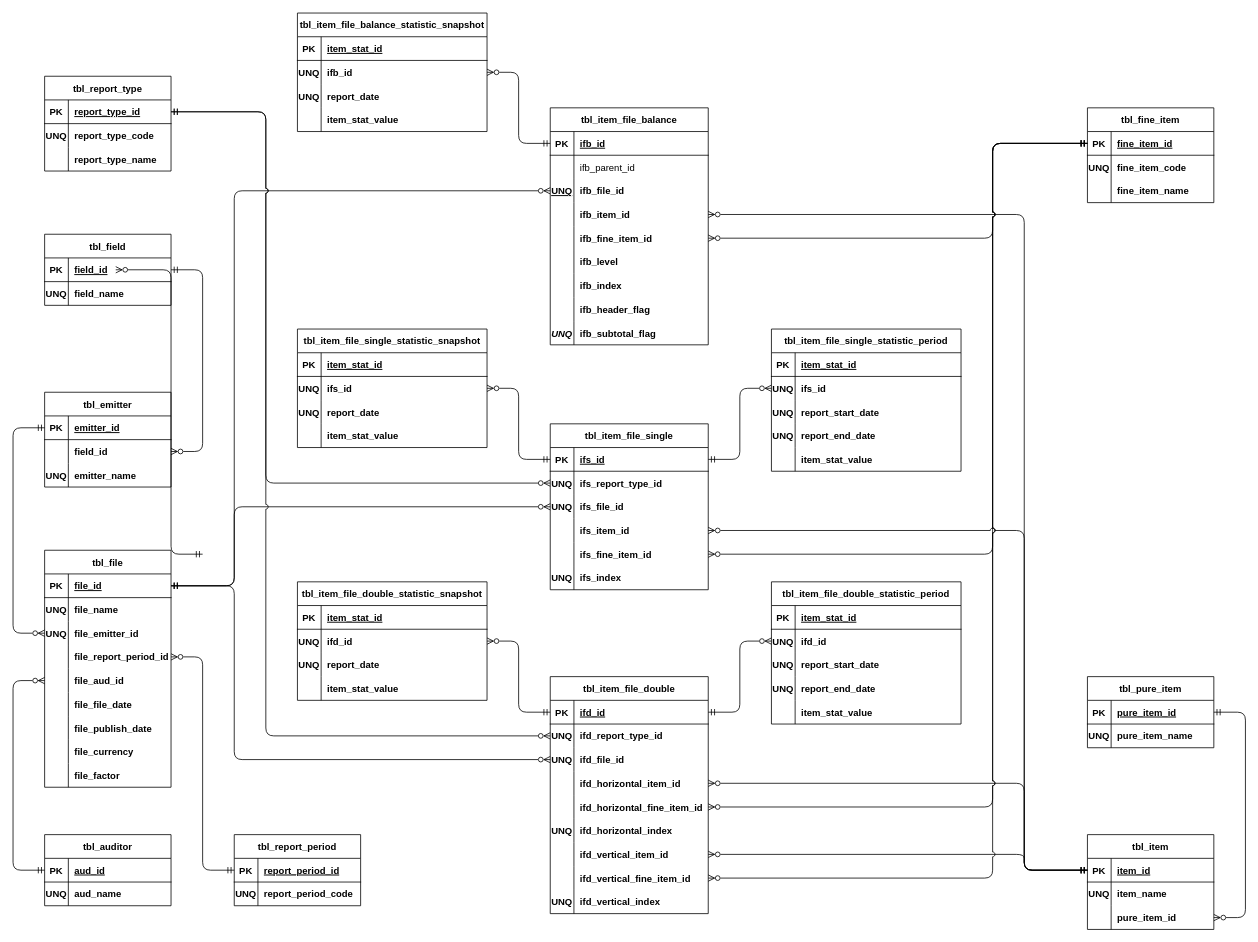
pw095/Ashutor keeps this draw.io diagram as page "Page-1" (1 of 2) of diagram/fs_code.drawio. Above is the earlier version. Source tidied: cells renumbered, new cells numbered last; positions are measured from the earlier drawing's top-left corner, leaving out a move shared by most shapes. Both pictures are drawn from the tidied source at 79%, with x=0, y=0 at pixel (13, 13).
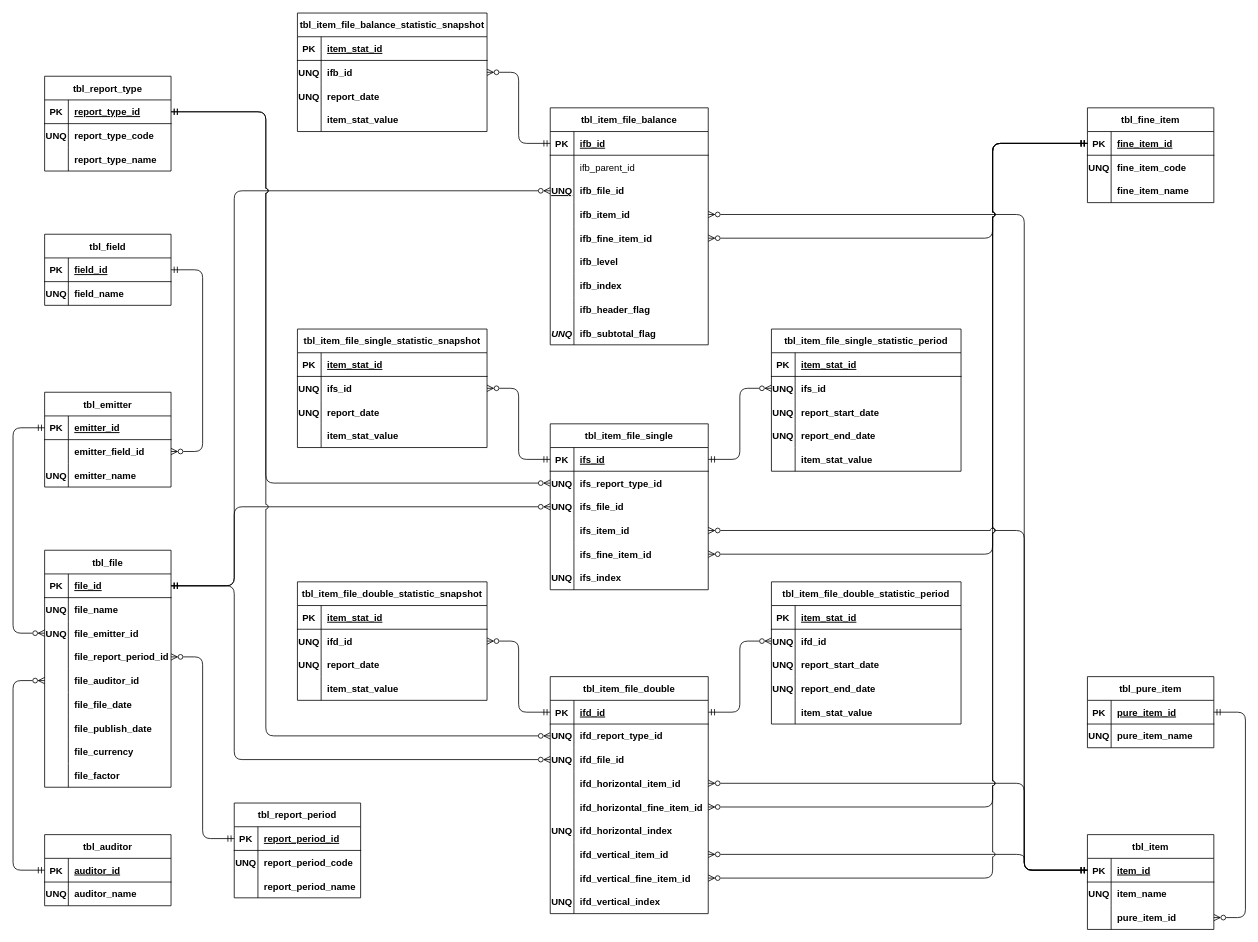
After the change.

Unchanged cells that the change refers to:
```xml
<mxCell id="15" style="shape=partialRectangle;fillColor=none;top=0;left=0;bottom=0;right=0;points=[[0,0.5],[1,0.5]];portConstraint=eastwest;" parent="2" vertex="1">
  <mxGeometry y="150" width="160" height="30" as="geometry" />
</mxCell>
<mxCell id="78" style="shape=partialRectangle;fillColor=none;top=0;left=0;bottom=0;right=0;points=[[0,0.5],[1,0.5]];portConstraint=eastwest;" parent="74" vertex="1">
  <mxGeometry y="60" width="160" height="30" as="geometry" />
</mxCell>
<mxCell id="253" style="shape=partialRectangle;fillColor=none;top=0;left=0;bottom=1;right=0;points=[[0,0.5],[1,0.5]];portConstraint=eastwest;" parent="252" vertex="1">
  <mxGeometry y="30" width="160" height="30" as="geometry" />
</mxCell>
<mxCell id="256" style="shape=partialRectangle;fillColor=none;top=0;left=0;bottom=0;right=0;" parent="252" vertex="1">
  <mxGeometry y="60" width="160" height="30" as="geometry" />
</mxCell>
```

What changed in the source:
```diff
@@
-    <mxCell id="17" value="file_aud_id" style="shape=partialRectangle;fillColor=none;top=0;left=0;bottom=0;right=0;align=left;spacingLeft=6;overflow=hidden;fontStyle=1;" parent="15" vertex="1">
+    <mxCell id="17" value="file_auditor_id" style="shape=partialRectangle;fillColor=none;top=0;left=0;bottom=0;right=0;align=left;spacingLeft=6;overflow=hidden;fontStyle=1;" parent="15" vertex="1">
       <mxGeometry x="30" width="130" height="30" as="geometry" />
     </mxCell>
@@
-    <mxCell id="80" value="field_id" style="shape=partialRectangle;fillColor=none;top=0;left=0;bottom=0;right=0;align=left;spacingLeft=6;overflow=hidden;fontStyle=1;" parent="78" vertex="1">
+    <mxCell id="80" value="emitter_field_id" style="shape=partialRectangle;fillColor=none;top=0;left=0;bottom=0;right=0;align=left;spacingLeft=6;overflow=hidden;fontStyle=1;" parent="78" vertex="1">
       <mxGeometry x="30" width="130" height="30" as="geometry" />
     </mxCell>
@@
-    <mxCell id="186" style="fontSize=12;html=1;endArrow=ERzeroToMany;startArrow=ERmandOne;endFill=0;jumpStyle=arc;exitX=0;exitY=0.5;exitDx=0;exitDy=0;entryX=1;entryY=0.5;entryDx=0;entryDy=0;edgeStyle=elbowEdgeStyle;" parent="1" edge="1">
-      <mxGeometry relative="1" as="geometry">
-        <mxPoint x="240" y="685" as="sourcePoint" />
-        <mxPoint x="130" y="325" as="targetPoint" />
-        <Array as="points">
-          <mxPoint x="200" y="620" />
-        </Array>
-      </mxGeometry>
-    </mxCell>
@@
-    <mxCell id="255" value="aud_id" style="shape=partialRectangle;fillColor=none;top=0;left=0;bottom=0;right=0;align=left;spacingLeft=6;fontStyle=5;overflow=hidden;" parent="253" vertex="1">
+    <mxCell id="255" value="auditor_id" style="shape=partialRectangle;fillColor=none;top=0;left=0;bottom=0;right=0;align=left;spacingLeft=6;fontStyle=5;overflow=hidden;" parent="253" vertex="1">
       <mxGeometry x="30" width="130" height="30" as="geometry" />
     </mxCell>
@@
-    <mxCell id="258" value="aud_name" style="shape=partialRectangle;fillColor=none;top=0;left=0;bottom=0;right=0;align=left;spacingLeft=6;overflow=hidden;fontStyle=1;" parent="256" vertex="1">
+    <mxCell id="258" value="auditor_name" style="shape=partialRectangle;fillColor=none;top=0;left=0;bottom=0;right=0;align=left;spacingLeft=6;overflow=hidden;fontStyle=1;" parent="256" vertex="1">
       <mxGeometry x="30" width="130" height="30" as="geometry" />
     </mxCell>
@@
     <mxCell id="260" value="tbl_report_period" style="shape=table;startSize=30;childLayout=tableLayout;rowLines=0;fontStyle=1;align=center;" parent="1" vertex="1">
-      <mxGeometry x="280" y="1040" width="160" height="90" as="geometry" />
+      <mxGeometry x="280" y="1000" width="160" height="120" as="geometry" />
     </mxCell>
@@
+    <mxCell id="268" style="shape=partialRectangle;fillColor=none;top=0;left=0;bottom=0;right=0;" parent="260" vertex="1">
+      <mxGeometry y="90" width="160" height="30" as="geometry" />
+    </mxCell>
+    <mxCell id="269" style="shape=partialRectangle;fillColor=none;top=0;left=0;bottom=0;right=0;overflow=hidden;fontStyle=1;" parent="268" vertex="1">
+      <mxGeometry width="30" height="30" as="geometry" />
+    </mxCell>
+    <mxCell id="270" value="report_period_name" style="shape=partialRectangle;fillColor=none;top=0;left=0;bottom=0;right=0;align=left;spacingLeft=6;overflow=hidden;fontStyle=1;" parent="268" vertex="1">
+      <mxGeometry x="30" width="130" height="30" as="geometry" />
+    </mxCell>
```
